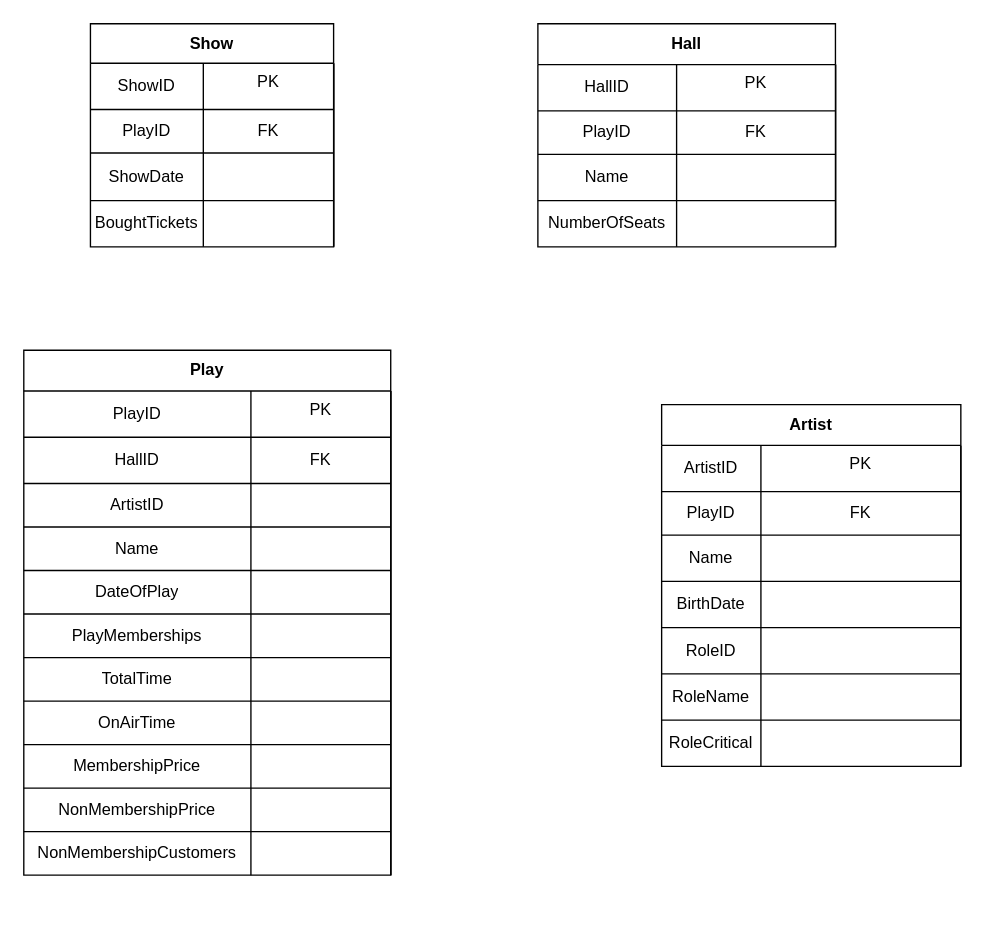
The draw.io diagram page "Tables" (1 of 2) of Untitled Diagram.drawio in sliamh11/Programming, before the edit. Source tidied: cells renumbered, new cells numbered last; positions are measured from the earlier drawing's top-left corner, leaving out a move shared by most shapes. Both pictures are drawn from the tidied source at 136%, with x=0, y=0 at pixel (23, 23).
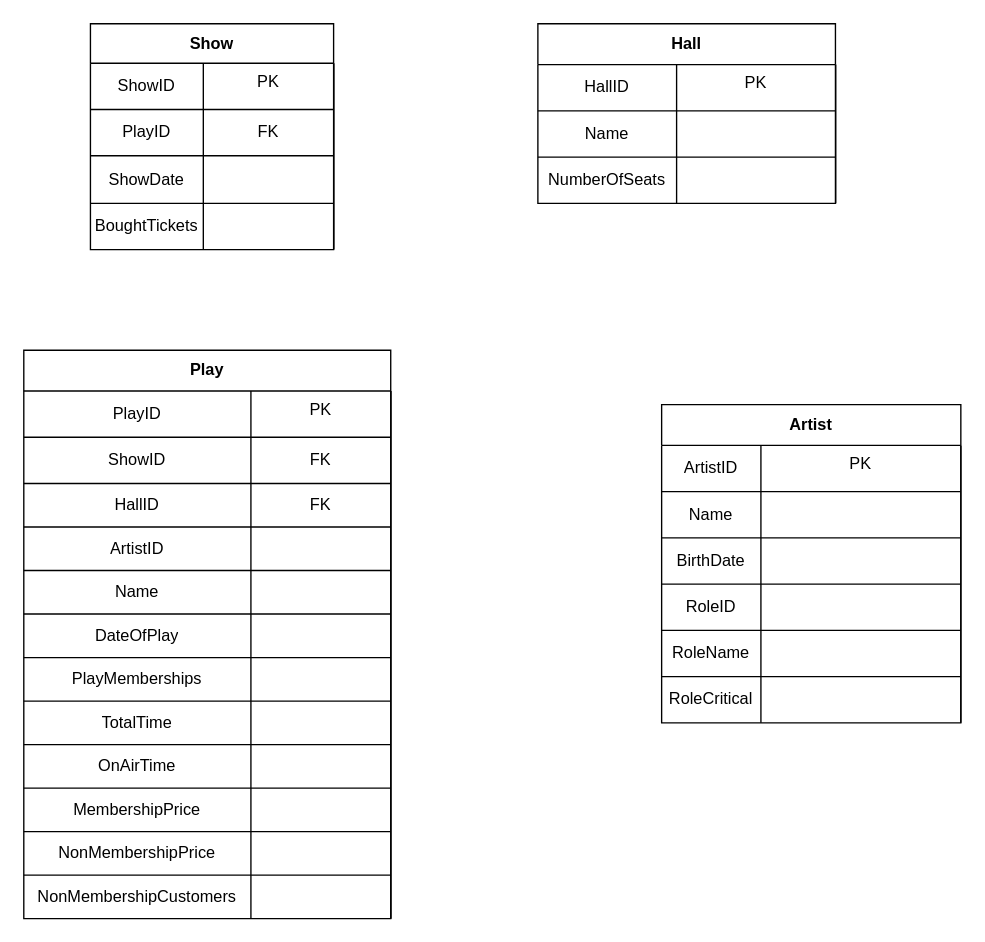
The same diagram, later.

Unchanged cells that the change refers to:
```xml
<mxCell id="44" style="shape=partialRectangle;html=1;whiteSpace=wrap;fillColor=none;top=0;left=0;bottom=0;right=0;" parent="38" vertex="1">
  <mxGeometry y="64" width="269.8" height="34" as="geometry" />
</mxCell>
```

Change to the diagram source:
```diff
@@
     <mxCell id="2" value="Hall" style="shape=table;html=1;whiteSpace=wrap;startSize=30;childLayout=tableLayout;fontStyle=1;align=center;" parent="1" vertex="1">
-      <mxGeometry x="378" width="218.8" height="164" as="geometry" />
+      <mxGeometry x="378" width="218.8" height="132" as="geometry" />
     </mxCell>
@@
-    <mxCell id="8" style="shape=partialRectangle;html=1;whiteSpace=wrap;fillColor=none;top=0;left=0;bottom=0;right=0;" parent="2" vertex="1">
-      <mxGeometry y="64" width="218.8" height="32" as="geometry" />
-    </mxCell>
-    <mxCell id="9" value="PlayID" style="shape=partialRectangle;html=1;whiteSpace=wrap;fillColor=none;top=0;left=0;bottom=0;right=0;overflow=hidden;" parent="8" vertex="1">
-      <mxGeometry width="102" height="32" as="geometry" />
-    </mxCell>
-    <mxCell id="10" value="FK" style="shape=partialRectangle;fillColor=none;top=0;left=0;bottom=0;right=0;overflow=hidden;whiteSpace=wrap;" parent="8" vertex="1">
-      <mxGeometry x="102" width="117" height="32" as="geometry" />
-    </mxCell>
-    <mxCell id="11" style="shape=partialRectangle;html=1;whiteSpace=wrap;fillColor=none;top=0;left=0;bottom=0;right=0;overflow=hidden;" parent="8" vertex="1">
-      <mxGeometry x="219" height="32" as="geometry" />
-    </mxCell>
     <mxCell id="12" style="shape=partialRectangle;html=1;whiteSpace=wrap;fillColor=none;top=0;left=0;bottom=0;right=0;" parent="2" vertex="1">
-      <mxGeometry y="96" width="218.8" height="34" as="geometry" />
+      <mxGeometry y="64" width="218.8" height="34" as="geometry" />
     </mxCell>
@@
     <mxCell id="16" style="shape=partialRectangle;html=1;whiteSpace=wrap;fillColor=none;top=0;left=0;bottom=0;right=0;" parent="2" vertex="1">
-      <mxGeometry y="130" width="218.8" height="34" as="geometry" />
+      <mxGeometry y="98" width="218.8" height="34" as="geometry" />
     </mxCell>
@@
     <mxCell id="20" value="Show" style="shape=table;html=1;whiteSpace=wrap;startSize=29;childLayout=tableLayout;fontStyle=1;align=center;" parent="1" vertex="1">
-      <mxGeometry x="49" width="178.8" height="164" as="geometry" />
+      <mxGeometry x="49" width="178.8" height="166" as="geometry" />
     </mxCell>
@@
-    <mxCell id="26" style="shape=partialRectangle;html=1;whiteSpace=wrap;fillColor=none;top=0;left=0;bottom=0;right=0;" parent="20" vertex="1">
-      <mxGeometry y="63" width="178.8" height="32" as="geometry" />
-    </mxCell>
-    <mxCell id="27" value="PlayID" style="shape=partialRectangle;html=1;whiteSpace=wrap;fillColor=none;top=0;left=0;bottom=0;right=0;overflow=hidden;" parent="26" vertex="1">
-      <mxGeometry width="83" height="32" as="geometry" />
-    </mxCell>
-    <mxCell id="28" value="FK" style="shape=partialRectangle;html=1;whiteSpace=wrap;fillColor=none;top=0;left=0;bottom=0;right=0;overflow=hidden;" parent="26" vertex="1">
-      <mxGeometry x="83" width="96" height="32" as="geometry" />
-    </mxCell>
-    <mxCell id="29" style="shape=partialRectangle;html=1;whiteSpace=wrap;fillColor=none;top=0;left=0;bottom=0;right=0;overflow=hidden;" parent="26" vertex="1">
-      <mxGeometry x="179" height="32" as="geometry" />
-    </mxCell>
+    <mxCell id="114" style="shape=partialRectangle;html=1;whiteSpace=wrap;fillColor=none;top=0;left=0;bottom=0;right=0;" parent="20" vertex="1">
+      <mxGeometry y="63" width="178.8" height="34" as="geometry" />
+    </mxCell>
+    <mxCell id="115" value="PlayID" style="shape=partialRectangle;html=1;whiteSpace=wrap;fillColor=none;top=0;left=0;bottom=0;right=0;overflow=hidden;" parent="114" vertex="1">
+      <mxGeometry width="83" height="34" as="geometry" />
+    </mxCell>
+    <mxCell id="116" value="FK" style="shape=partialRectangle;html=1;whiteSpace=wrap;fillColor=none;top=0;left=0;bottom=0;right=0;overflow=hidden;" parent="114" vertex="1">
+      <mxGeometry x="83" width="96" height="34" as="geometry" />
+    </mxCell>
+    <mxCell id="117" style="shape=partialRectangle;html=1;whiteSpace=wrap;fillColor=none;top=0;left=0;bottom=0;right=0;overflow=hidden;" parent="114" vertex="1">
+      <mxGeometry x="179" height="34" as="geometry" />
+    </mxCell>
     <mxCell id="30" style="shape=partialRectangle;html=1;whiteSpace=wrap;fillColor=none;top=0;left=0;bottom=0;right=0;" parent="20" vertex="1">
-      <mxGeometry y="95" width="178.8" height="35" as="geometry" />
+      <mxGeometry y="97" width="178.8" height="35" as="geometry" />
     </mxCell>
@@
     <mxCell id="34" style="shape=partialRectangle;html=1;whiteSpace=wrap;fillColor=none;top=0;left=0;bottom=0;right=0;" parent="20" vertex="1">
-      <mxGeometry y="130" width="178.8" height="34" as="geometry" />
+      <mxGeometry y="132" width="178.8" height="34" as="geometry" />
     </mxCell>
@@
     <mxCell id="38" value="Play" style="shape=table;html=1;whiteSpace=wrap;startSize=30;childLayout=tableLayout;fontStyle=1;align=center;" parent="1" vertex="1">
-      <mxGeometry y="240" width="269.8" height="386" as="geometry" />
+      <mxGeometry y="240" width="269.8" height="418" as="geometry" />
     </mxCell>
@@
-    <mxCell id="45" value="HallID" style="shape=partialRectangle;html=1;whiteSpace=wrap;fillColor=none;top=0;left=0;bottom=0;right=0;overflow=hidden;" parent="44" vertex="1">
+    <mxCell id="45" value="ShowID" style="shape=partialRectangle;html=1;whiteSpace=wrap;fillColor=none;top=0;left=0;bottom=0;right=0;overflow=hidden;" parent="44" vertex="1">
       <mxGeometry width="167" height="34" as="geometry" />
     </mxCell>
@@
+    <mxCell id="118" style="shape=partialRectangle;html=1;whiteSpace=wrap;fillColor=none;top=0;left=0;bottom=0;right=0;" parent="38" vertex="1">
+      <mxGeometry y="98" width="269.8" height="32" as="geometry" />
+    </mxCell>
+    <mxCell id="119" value="HallID" style="shape=partialRectangle;html=1;whiteSpace=wrap;fillColor=none;top=0;left=0;bottom=0;right=0;overflow=hidden;" parent="118" vertex="1">
+      <mxGeometry width="167" height="32" as="geometry" />
+    </mxCell>
+    <mxCell id="120" value="FK" style="shape=partialRectangle;html=1;whiteSpace=wrap;fillColor=none;top=0;left=0;bottom=0;right=0;overflow=hidden;" parent="118" vertex="1">
+      <mxGeometry x="167" width="103" height="32" as="geometry" />
+    </mxCell>
+    <mxCell id="121" style="shape=partialRectangle;html=1;whiteSpace=wrap;fillColor=none;top=0;left=0;bottom=0;right=0;overflow=hidden;" parent="118" vertex="1">
+      <mxGeometry x="270" height="32" as="geometry" />
+    </mxCell>
     <mxCell id="48" style="shape=partialRectangle;html=1;whiteSpace=wrap;fillColor=none;top=0;left=0;bottom=0;right=0;" parent="38" vertex="1">
-      <mxGeometry y="98" width="269.8" height="32" as="geometry" />
+      <mxGeometry y="130" width="269.8" height="32" as="geometry" />
     </mxCell>
@@
     <mxCell id="52" style="shape=partialRectangle;html=1;whiteSpace=wrap;fillColor=none;top=0;left=0;bottom=0;right=0;" parent="38" vertex="1">
-      <mxGeometry y="130" width="269.8" height="32" as="geometry" />
+      <mxGeometry y="162" width="269.8" height="32" as="geometry" />
     </mxCell>
@@
     <mxCell id="56" style="shape=partialRectangle;html=1;whiteSpace=wrap;fillColor=none;top=0;left=0;bottom=0;right=0;" parent="38" vertex="1">
-      <mxGeometry y="162" width="269.8" height="32" as="geometry" />
+      <mxGeometry y="194" width="269.8" height="32" as="geometry" />
     </mxCell>
@@
     <mxCell id="60" style="shape=partialRectangle;html=1;whiteSpace=wrap;fillColor=none;top=0;left=0;bottom=0;right=0;" parent="38" vertex="1">
-      <mxGeometry y="194" width="269.8" height="32" as="geometry" />
+      <mxGeometry y="226" width="269.8" height="32" as="geometry" />
     </mxCell>
@@
     <mxCell id="64" style="shape=partialRectangle;html=1;whiteSpace=wrap;fillColor=none;top=0;left=0;bottom=0;right=0;" parent="38" vertex="1">
-      <mxGeometry y="226" width="269.8" height="32" as="geometry" />
+      <mxGeometry y="258" width="269.8" height="32" as="geometry" />
     </mxCell>
@@
     <mxCell id="68" style="shape=partialRectangle;html=1;whiteSpace=wrap;fillColor=none;top=0;left=0;bottom=0;right=0;" parent="38" vertex="1">
-      <mxGeometry y="258" width="269.8" height="32" as="geometry" />
+      <mxGeometry y="290" width="269.8" height="32" as="geometry" />
     </mxCell>
@@
     <mxCell id="72" style="shape=partialRectangle;html=1;whiteSpace=wrap;fillColor=none;top=0;left=0;bottom=0;right=0;" parent="38" vertex="1">
-      <mxGeometry y="290" width="269.8" height="32" as="geometry" />
+      <mxGeometry y="322" width="269.8" height="32" as="geometry" />
     </mxCell>
@@
     <mxCell id="76" style="shape=partialRectangle;html=1;whiteSpace=wrap;fillColor=none;top=0;left=0;bottom=0;right=0;" parent="38" vertex="1">
-      <mxGeometry y="322" width="269.8" height="32" as="geometry" />
+      <mxGeometry y="354" width="269.8" height="32" as="geometry" />
     </mxCell>
@@
     <mxCell id="80" style="shape=partialRectangle;html=1;whiteSpace=wrap;fillColor=none;top=0;left=0;bottom=0;right=0;" parent="38" vertex="1">
-      <mxGeometry y="354" width="269.8" height="32" as="geometry" />
+      <mxGeometry y="386" width="269.8" height="32" as="geometry" />
     </mxCell>
@@
     <mxCell id="84" value="Artist" style="shape=table;html=1;whiteSpace=wrap;startSize=30;childLayout=tableLayout;fontStyle=1;align=center;" parent="1" vertex="1">
-      <mxGeometry x="469" y="280" width="220" height="266" as="geometry" />
+      <mxGeometry x="469" y="280" width="220" height="234" as="geometry" />
     </mxCell>
@@
-    <mxCell id="90" style="shape=partialRectangle;html=1;whiteSpace=wrap;fillColor=none;top=0;left=0;bottom=0;right=0;" parent="84" vertex="1">
-      <mxGeometry y="64" width="220" height="32" as="geometry" />
-    </mxCell>
-    <mxCell id="91" value="PlayID" style="shape=partialRectangle;html=1;whiteSpace=wrap;fillColor=none;top=0;left=0;bottom=0;right=0;overflow=hidden;" parent="90" vertex="1">
-      <mxGeometry width="73" height="32" as="geometry" />
-    </mxCell>
-    <mxCell id="92" value="FK" style="shape=partialRectangle;html=1;whiteSpace=wrap;fillColor=none;top=0;left=0;bottom=0;right=0;overflow=hidden;" parent="90" vertex="1">
-      <mxGeometry x="73" width="147" height="32" as="geometry" />
-    </mxCell>
-    <mxCell id="93" style="shape=partialRectangle;html=1;whiteSpace=wrap;fillColor=none;top=0;left=0;bottom=0;right=0;overflow=hidden;" parent="90" vertex="1">
-      <mxGeometry x="220" height="32" as="geometry" />
-    </mxCell>
     <mxCell id="94" style="shape=partialRectangle;html=1;whiteSpace=wrap;fillColor=none;top=0;left=0;bottom=0;right=0;" parent="84" vertex="1">
-      <mxGeometry y="96" width="220" height="34" as="geometry" />
+      <mxGeometry y="64" width="220" height="34" as="geometry" />
     </mxCell>
@@
     <mxCell id="98" style="shape=partialRectangle;html=1;whiteSpace=wrap;fillColor=none;top=0;left=0;bottom=0;right=0;" parent="84" vertex="1">
-      <mxGeometry y="130" width="220" height="34" as="geometry" />
+      <mxGeometry y="98" width="220" height="34" as="geometry" />
     </mxCell>
@@
     <mxCell id="102" style="shape=partialRectangle;html=1;whiteSpace=wrap;fillColor=none;top=0;left=0;bottom=0;right=0;" parent="84" vertex="1">
-      <mxGeometry y="164" width="220" height="34" as="geometry" />
+      <mxGeometry y="132" width="220" height="34" as="geometry" />
     </mxCell>
@@
     <mxCell id="106" style="shape=partialRectangle;html=1;whiteSpace=wrap;fillColor=none;top=0;left=0;bottom=0;right=0;" parent="84" vertex="1">
-      <mxGeometry y="198" width="220" height="34" as="geometry" />
+      <mxGeometry y="166" width="220" height="34" as="geometry" />
     </mxCell>
@@
     <mxCell id="110" style="shape=partialRectangle;html=1;whiteSpace=wrap;fillColor=none;top=0;left=0;bottom=0;right=0;" parent="84" vertex="1">
-      <mxGeometry y="232" width="220" height="34" as="geometry" />
+      <mxGeometry y="200" width="220" height="34" as="geometry" />
     </mxCell>
```
